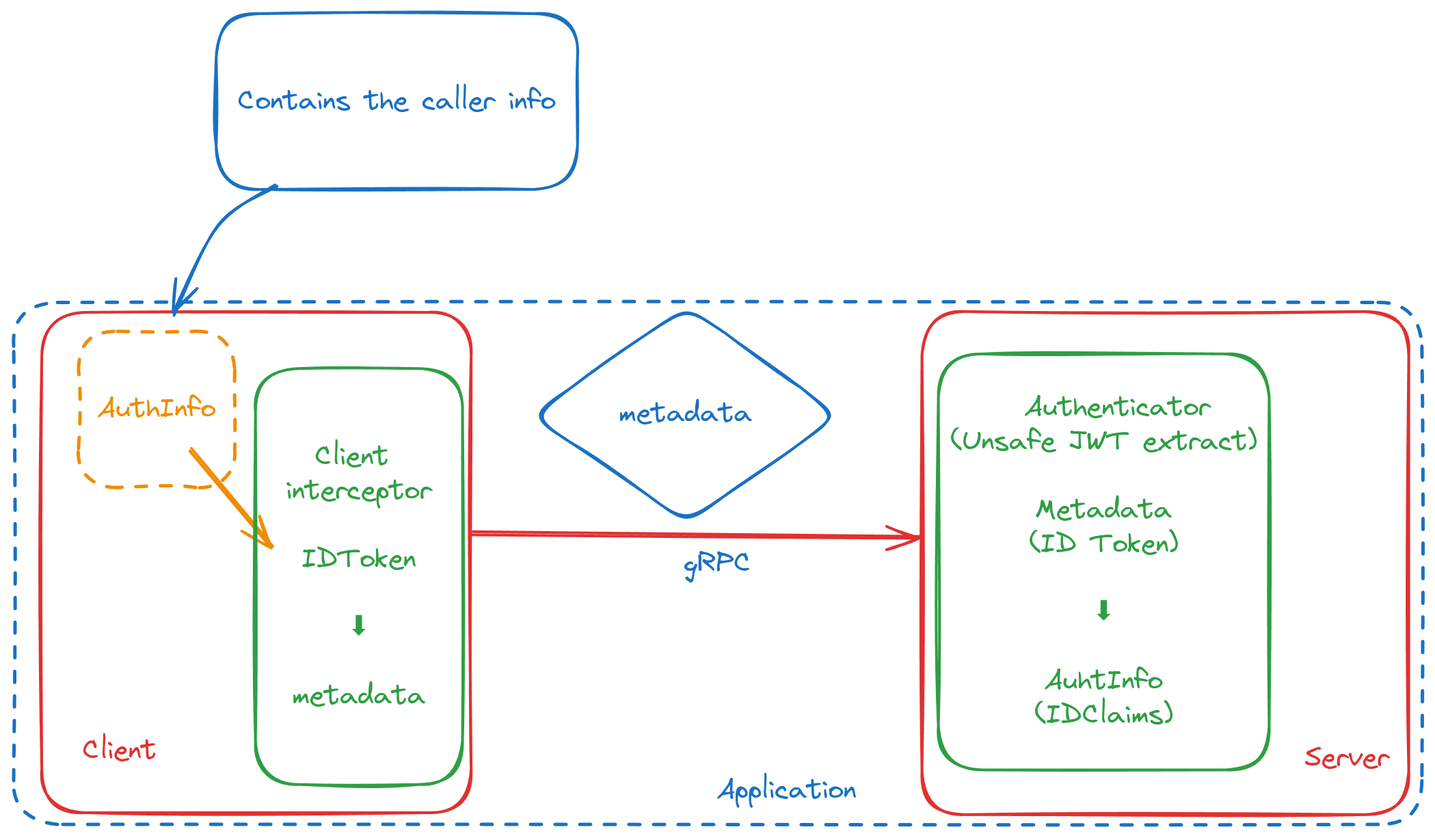
The Excalidraw diagram assets/in-proc.png in grafana/authlib, before a commit. Source tidied: one line per element, renumbered; positions are measured from the earlier drawing's top-left corner, leaving out a move shared by most shapes.
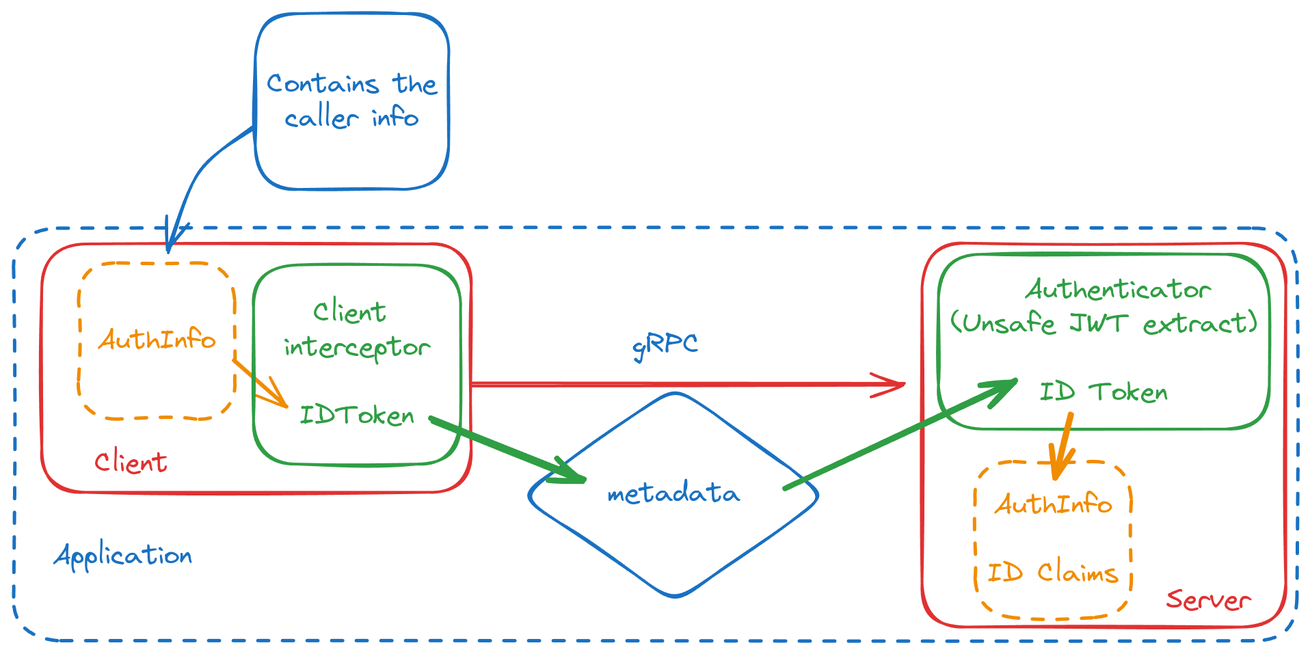
The same diagram one commit later.

Change to the diagram source:
```diff
@@ -1,20 +1,25 @@
-{"id": 0, "type": "rectangle", "strokeColor": "#1971c2", "strokeWidth": 2, "strokeStyle": "dashed", "roughness": 1, "round": true, "x": 0, "y": 211, "width": 1030, "height": 382}
+{"id": 0, "type": "rectangle", "strokeColor": "#1971c2", "strokeWidth": 2, "strokeStyle": "dashed", "roughness": 1, "round": true, "x": 0, "y": 207, "width": 938, "height": 302}
-{"id": 1, "type": "text", "text": "gRPC", "strokeColor": "#1971c2", "strokeWidth": 2, "roughness": 1, "fontSize": 20, "fontFamily": 1, "textAlign": "center", "verticalAlign": "middle", "inside": 0, "x": 490, "y": 390, "width": 50, "height": 25}
-{"id": 2, "type": "rectangle", "strokeColor": "#e03131", "strokeWidth": 2, "roughness": 1, "round": true, "x": 21, "y": 218, "width": 314, "height": 366}
+{"id": 2, "type": "rectangle", "strokeColor": "#e03131", "strokeWidth": 2, "roughness": 1, "round": true, "x": 21, "y": 218, "width": 314, "height": 182}
-{"id": 3, "type": "rectangle", "strokeColor": "#e03131", "strokeWidth": 2, "roughness": 1, "round": true, "x": 664, "y": 218, "width": 356, "height": 368}
+{"id": 3, "type": "rectangle", "strokeColor": "#e03131", "strokeWidth": 2, "roughness": 1, "round": true, "x": 664, "y": 218, "width": 266, "height": 281}
 {"id": 4, "type": "rectangle", "strokeColor": "#f08c00", "strokeWidth": 2, "strokeStyle": "dashed", "roughness": 1, "round": true, "x": 47, "y": 232, "width": 114, "height": 114}
 {"id": 5, "type": "text", "text": "AuthInfo", "strokeColor": "#f08c00", "strokeWidth": 2, "strokeStyle": "dashed", "roughness": 1, "fontSize": 20, "fontFamily": 1, "textAlign": "center", "verticalAlign": "middle", "inside": 4, "x": 61, "y": 277, "width": 88, "height": 25}
-{"id": 6, "type": "arrow", "strokeColor": "#f08c00", "strokeWidth": 2, "roughness": 1, "endArrowhead": "arrow", "round": true, "from": 4, "to": 14, "x": 129, "y": 319, "width": 60, "height": 71, "points": [[0, 0], [60, 71]]}
+{"id": 6, "type": "arrow", "strokeColor": "#f08c00", "strokeWidth": 2, "roughness": 1, "endArrowhead": "arrow", "round": true, "from": 14, "to": 14, "x": 161, "y": 303, "width": 39, "height": 34, "points": [[0, 0], [39, 34]]}
-{"id": 7, "type": "arrow", "strokeColor": "#e03131", "strokeWidth": 2, "roughness": 1, "endArrowhead": "arrow", "round": true, "from": 14, "to": 8, "x": 336, "y": 380, "width": 327, "height": 3, "points": [[0, 0], [327, 3]]}
+{"id": 7, "type": "arrow", "strokeColor": "#e03131", "strokeWidth": 2, "roughness": 1, "endArrowhead": "arrow", "round": true, "from": 14, "x": 336, "y": 321, "width": 316, "height": 0, "points": [[0, 0], [316, 0]]}
-{"id": 8, "type": "rectangle", "strokeColor": "#2f9e44", "strokeWidth": 2, "roughness": 1, "round": true, "x": 676, "y": 249, "width": 242, "height": 304}
+{"id": 8, "type": "rectangle", "strokeColor": "#2f9e44", "strokeWidth": 2, "roughness": 1, "round": true, "x": 676, "y": 226, "width": 242, "height": 128}
-{"id": 9, "type": "text", "text": "  Authenticator\n(Unsafe JWT extract)\n\nMetadata\n(ID Token)\n\n⬇\n\nAuhtInfo\n(IDClaims)", "strokeColor": "#2f9e44", "strokeWidth": 2, "roughness": 1, "fontSize": 20, "fontFamily": 1, "textAlign": "center", "verticalAlign": "middle", "inside": 8, "x": 685, "y": 276, "width": 224, "height": 250}
+{"id": 9, "type": "text", "text": "  Authenticator\n(Unsafe JWT extract)\n\nID Token", "strokeColor": "#2f9e44", "strokeWidth": 2, "roughness": 1, "fontSize": 20, "fontFamily": 1, "textAlign": "center", "verticalAlign": "middle", "inside": 8, "x": 685, "y": 240, "width": 224, "height": 100}
-{"id": 10, "type": "text", "text": "Server", "strokeColor": "#e03131", "strokeWidth": 2, "roughness": 1, "fontSize": 20, "fontFamily": 1, "x": 944, "y": 532, "width": 63, "height": 25}
+{"id": 10, "type": "text", "text": "Server", "strokeColor": "#e03131", "strokeWidth": 2, "roughness": 1, "fontSize": 20, "fontFamily": 1, "x": 843, "y": 467, "width": 63, "height": 25}
-{"id": 11, "type": "diamond", "strokeColor": "#1971c2", "strokeWidth": 2, "roughness": 1, "round": true, "x": 379, "y": 214, "width": 225, "height": 159}
+{"id": 11, "type": "diamond", "strokeColor": "#1971c2", "strokeWidth": 2, "roughness": 1, "round": true, "x": 371, "y": 322, "width": 225, "height": 159}
-{"id": 12, "type": "text", "text": "metadata", "strokeColor": "#1971c2", "strokeWidth": 2, "roughness": 1, "fontSize": 20, "fontFamily": 1, "textAlign": "center", "verticalAlign": "middle", "inside": 11, "x": 442, "y": 280, "width": 98, "height": 25}
+{"id": 12, "type": "text", "text": "metadata", "strokeColor": "#1971c2", "strokeWidth": 2, "roughness": 1, "fontSize": 20, "fontFamily": 1, "textAlign": "center", "verticalAlign": "middle", "inside": 11, "x": 434, "y": 389, "width": 98, "height": 25}
-{"id": 13, "type": "text", "text": "Application", "strokeColor": "#1971c2", "strokeWidth": 2, "roughness": 1, "fontSize": 20, "fontFamily": 1, "x": 514, "y": 556, "width": 102, "height": 25}
+{"id": 13, "type": "text", "text": "Application", "strokeColor": "#1971c2", "strokeWidth": 2, "roughness": 1, "fontSize": 20, "fontFamily": 1, "x": 29, "y": 434, "width": 102, "height": 25}
-{"id": 14, "type": "rectangle", "strokeColor": "#2f9e44", "strokeWidth": 2, "roughness": 1, "round": true, "x": 177, "y": 260, "width": 151, "height": 304}
+{"id": 14, "type": "rectangle", "strokeColor": "#2f9e44", "strokeWidth": 2, "roughness": 1, "round": true, "x": 175, "y": 234, "width": 151, "height": 146}
-{"id": 15, "type": "text", "text": "Client \ninterceptor\n\nIDToken\n\n ⬇ \n\nmetadata", "strokeColor": "#2f9e44", "strokeWidth": 2, "roughness": 1, "fontSize": 20, "fontFamily": 1, "textAlign": "center", "verticalAlign": "middle", "inside": 14, "x": 199, "y": 312, "width": 108, "height": 200}
+{"id": 15, "type": "text", "text": "Client \ninterceptor\n\nIDToken", "strokeColor": "#2f9e44", "strokeWidth": 2, "roughness": 1, "fontSize": 20, "fontFamily": 1, "textAlign": "center", "verticalAlign": "middle", "inside": 14, "x": 197, "y": 257, "width": 108, "height": 100}
-{"id": 16, "type": "text", "text": "Client", "strokeColor": "#e03131", "strokeWidth": 2, "roughness": 1, "fontSize": 20, "fontFamily": 1, "x": 51, "y": 527, "width": 54, "height": 25}
+{"id": 16, "type": "text", "text": "Client", "strokeColor": "#e03131", "strokeWidth": 2, "roughness": 1, "fontSize": 20, "fontFamily": 1, "x": 59, "y": 367, "width": 54, "height": 25}
-{"id": 17, "type": "arrow", "strokeColor": "#1971c2", "strokeWidth": 2, "roughness": 1, "endArrowhead": "arrow", "round": true, "from": 18, "to": 4, "x": 192, "y": 126, "width": 75, "height": 94, "points": [[0, 0], [-43, 28], [-75, 94]]}
+{"id": 17, "type": "arrow", "strokeColor": "#1971c2", "strokeWidth": 2, "roughness": 1, "endArrowhead": "arrow", "round": true, "from": 18, "to": 4, "x": 176, "y": 134, "width": 63, "height": 91, "points": [[0, 0], [-41, 32], [-63, 91]]}
-{"id": 18, "type": "rectangle", "strokeColor": "#1971c2", "strokeWidth": 2, "roughness": 1, "round": true, "x": 148, "y": 0, "width": 264, "height": 129}
+{"id": 18, "type": "rectangle", "strokeColor": "#1971c2", "strokeWidth": 2, "roughness": 1, "round": true, "x": 177, "y": 50, "width": 141, "height": 129}
-{"id": 19, "type": "text", "text": "Contains the caller info", "strokeColor": "#1971c2", "strokeWidth": 2, "roughness": 1, "fontSize": 20, "fontFamily": 1, "textAlign": "center", "verticalAlign": "middle", "inside": 18, "x": 163, "y": 52, "width": 234, "height": 25}
+{"id": 19, "type": "text", "text": "Contains the\ncaller info", "strokeColor": "#1971c2", "strokeWidth": 2, "roughness": 1, "fontSize": 20, "fontFamily": 1, "textAlign": "center", "verticalAlign": "middle", "inside": 18, "x": 185, "y": 89, "width": 126, "height": 50}
+{"id": 1, "type": "text", "text": "gRPC", "strokeColor": "#1971c2", "strokeWidth": 4, "roughness": 1, "fontSize": 20, "fontFamily": 1, "x": 453, "y": 280, "width": 50, "height": 25}
+{"id": 20, "type": "arrow", "strokeColor": "#2f9e44", "strokeWidth": 4, "roughness": 1, "endArrowhead": "arrow", "round": true, "from": 14, "to": 11, "x": 306, "y": 347, "width": 111, "height": 44, "points": [[0, 0], [111, 44]]}
+{"id": 21, "type": "arrow", "strokeColor": "#2f9e44", "strokeWidth": 4, "roughness": 1, "endArrowhead": "arrow", "round": true, "from": 11, "x": 565, "y": 397, "width": 167, "height": 79, "points": [[0, 0], [167, -79]]}
+{"id": 22, "type": "rectangle", "strokeColor": "#f08c00", "strokeWidth": 2, "strokeStyle": "dashed", "roughness": 1, "round": true, "x": 703, "y": 378, "width": 114, "height": 114}
+{"id": 23, "type": "text", "text": "AuthInfo\n\nID Claims", "strokeColor": "#f08c00", "strokeWidth": 2, "strokeStyle": "dashed", "roughness": 1, "fontSize": 20, "fontFamily": 1, "textAlign": "center", "verticalAlign": "middle", "inside": 22, "x": 712, "y": 397, "width": 96, "height": 75}
+{"id": 24, "type": "arrow", "strokeColor": "#f08c00", "strokeWidth": 4, "roughness": 1, "endArrowhead": "arrow", "round": true, "from": 8, "to": 22, "x": 773, "y": 343, "width": 11, "height": 46, "points": [[0, 0], [-11, 46]]}
```
